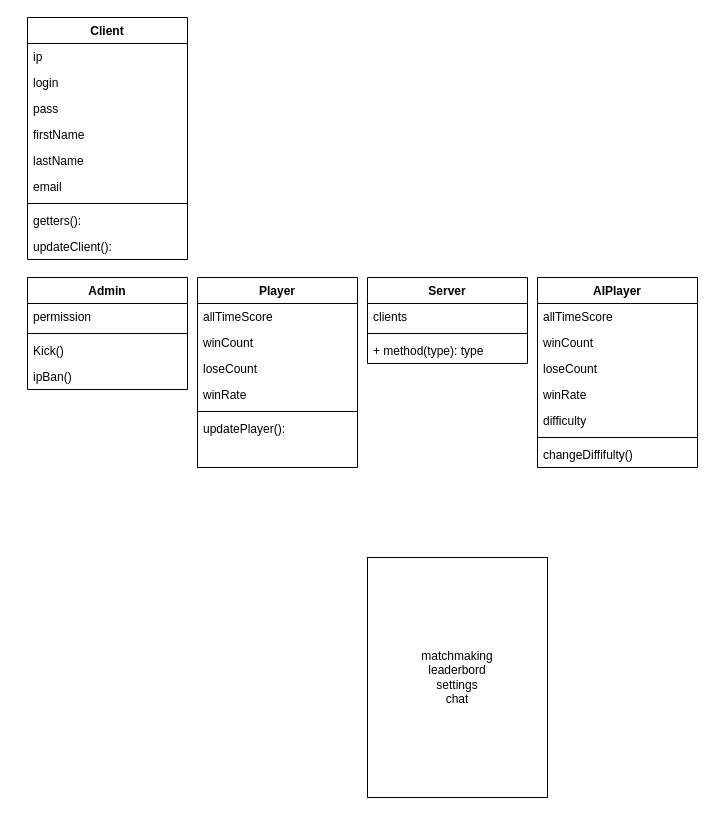
Earlier version of the draw.io diagram Additionals/trans.drawio (alpardayalman/Transcendence). Source tidied: cells renumbered, new cells numbered last; positions are measured from the earlier drawing's top-left corner, leaving out a move shared by most shapes. Both pictures are drawn from the tidied source at 100%, with x=0, y=0 at pixel (27, 17).
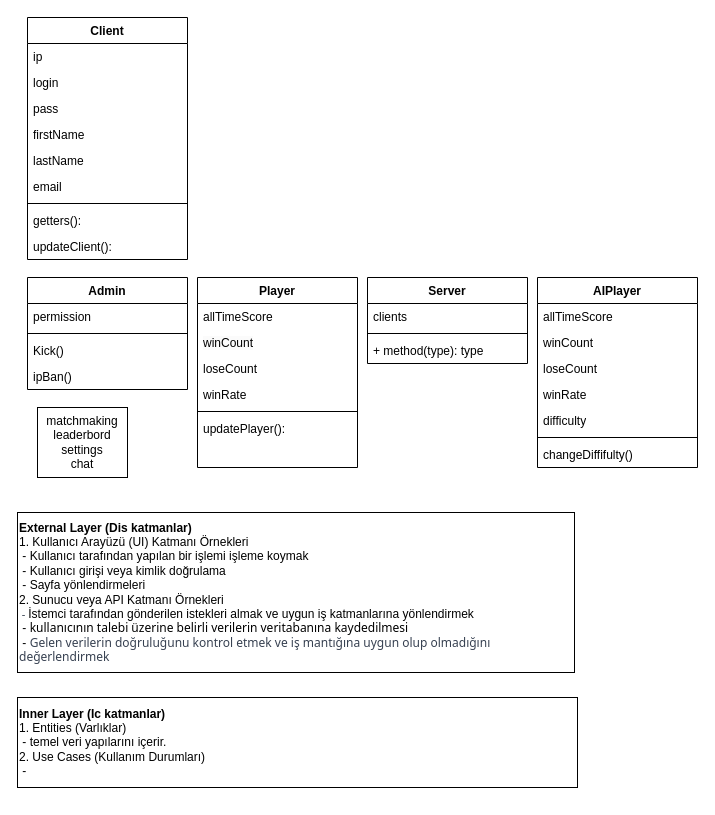
Above is the later version.

Commit message (it also covers changes not shown here):
[lil changes] diagram and i tried something in try.py

The edit, as a diff of the source:
```diff
@@
     <mxCell id="37" value="matchmaking&lt;br&gt;leaderbord&lt;br&gt;settings&lt;br&gt;chat&lt;br&gt;" style="rounded=0;whiteSpace=wrap;html=1;" parent="1" vertex="1">
-      <mxGeometry x="340" y="540" width="180" height="240" as="geometry" />
+      <mxGeometry x="10" y="390" width="90" height="70" as="geometry" />
     </mxCell>
+    <mxCell id="38" value="&lt;b&gt;External Layer (Dis katmanlar)&lt;/b&gt;&lt;br&gt;1. Kullanıcı Arayüzü (UI) Katmanı Örnekleri&lt;br&gt;&amp;nbsp;-&amp;nbsp;Kullanıcı tarafından yapılan bir işlemi işleme koymak&lt;br&gt;&amp;nbsp;-&amp;nbsp;Kullanıcı girişi veya kimlik doğrulama&lt;br&gt;&amp;nbsp;- Sayfa yönlendirmeleri&lt;br&gt;2.&amp;nbsp;Sunucu veya API Katmanı Örnekleri&lt;br&gt;&lt;font style=&quot;font-size: 12px;&quot;&gt;&lt;font style=&quot;background-color: initial; font-size: 11px;&quot; face=&quot;Söhne, ui-sans-serif, system-ui, -apple-system, Segoe UI, Roboto, Ubuntu, Cantarell, Noto Sans, sans-serif, Helvetica Neue, Arial, Apple Color Emoji, Segoe UI Emoji, Segoe UI Symbol, Noto Color Emoji&quot; color=&quot;#374151&quot;&gt;&amp;nbsp;-&amp;nbsp;&lt;/font&gt;İstemci tarafından gönderilen istekleri almak ve uygun iş katmanlarına yönlendirmek&lt;br&gt;&amp;nbsp;-&amp;nbsp;&lt;span style=&quot;font-family: Söhne, ui-sans-serif, system-ui, -apple-system, &amp;quot;Segoe UI&amp;quot;, Roboto, Ubuntu, Cantarell, &amp;quot;Noto Sans&amp;quot;, sans-serif, &amp;quot;Helvetica Neue&amp;quot;, Arial, &amp;quot;Apple Color Emoji&amp;quot;, &amp;quot;Segoe UI Emoji&amp;quot;, &amp;quot;Segoe UI Symbol&amp;quot;, &amp;quot;Noto Color Emoji&amp;quot;;&quot;&gt;kullanıcının talebi üzerine belirli verilerin veritabanına kaydedilmesi&lt;br&gt;&lt;/span&gt;&amp;nbsp;-&amp;nbsp;&lt;span style=&quot;color: rgb(55, 65, 81); font-family: Söhne, ui-sans-serif, system-ui, -apple-system, &amp;quot;Segoe UI&amp;quot;, Roboto, Ubuntu, Cantarell, &amp;quot;Noto Sans&amp;quot;, sans-serif, &amp;quot;Helvetica Neue&amp;quot;, Arial, &amp;quot;Apple Color Emoji&amp;quot;, &amp;quot;Segoe UI Emoji&amp;quot;, &amp;quot;Segoe UI Symbol&amp;quot;, &amp;quot;Noto Color Emoji&amp;quot;;&quot;&gt;Gelen verilerin doğruluğunu kontrol etmek ve iş mantığına uygun olup olmadığını değerlendirmek&lt;/span&gt;&lt;span style=&quot;background-color: initial;&quot;&gt;&lt;br&gt;&lt;/span&gt;&lt;/font&gt;" style="rounded=0;whiteSpace=wrap;html=1;align=left;" parent="1" vertex="1">
+      <mxGeometry x="-10" y="495" width="557" height="160" as="geometry" />
+    </mxCell>
+    <mxCell id="39" value="&lt;b&gt;Inner Layer (Ic katmanlar)&lt;/b&gt;&lt;br&gt;1.&amp;nbsp;Entities (Varlıklar)&lt;br&gt;&amp;nbsp;-&amp;nbsp;temel veri yapılarını içerir.&lt;br&gt;2. Use Cases (Kullanım Durumları)&lt;br&gt;&amp;nbsp;-&amp;nbsp;" style="whiteSpace=wrap;html=1;align=left;" parent="1" vertex="1">
+      <mxGeometry x="-10" y="680" width="560" height="90" as="geometry" />
+    </mxCell>
```
